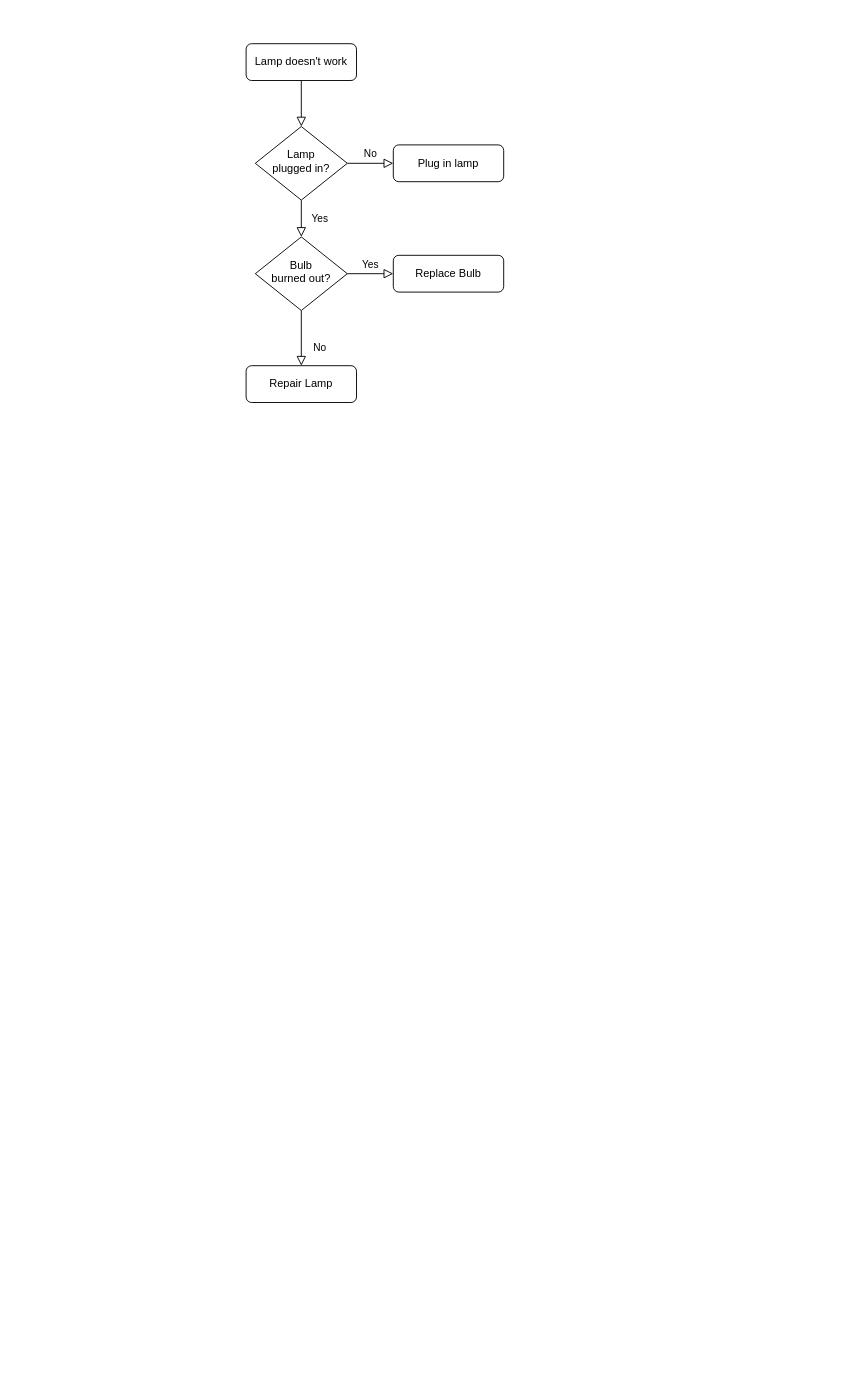
Earlier version of the draw.io diagram Untitled Diagram.drawio (dongfang-fang/dongfang-fang). Source tidied: cells renumbered, new cells numbered last; positions are measured from the earlier drawing's top-left corner, leaving out a move shared by most shapes. Both pictures are drawn from the tidied source at 92%, with x=0, y=0 at pixel (246, 43).
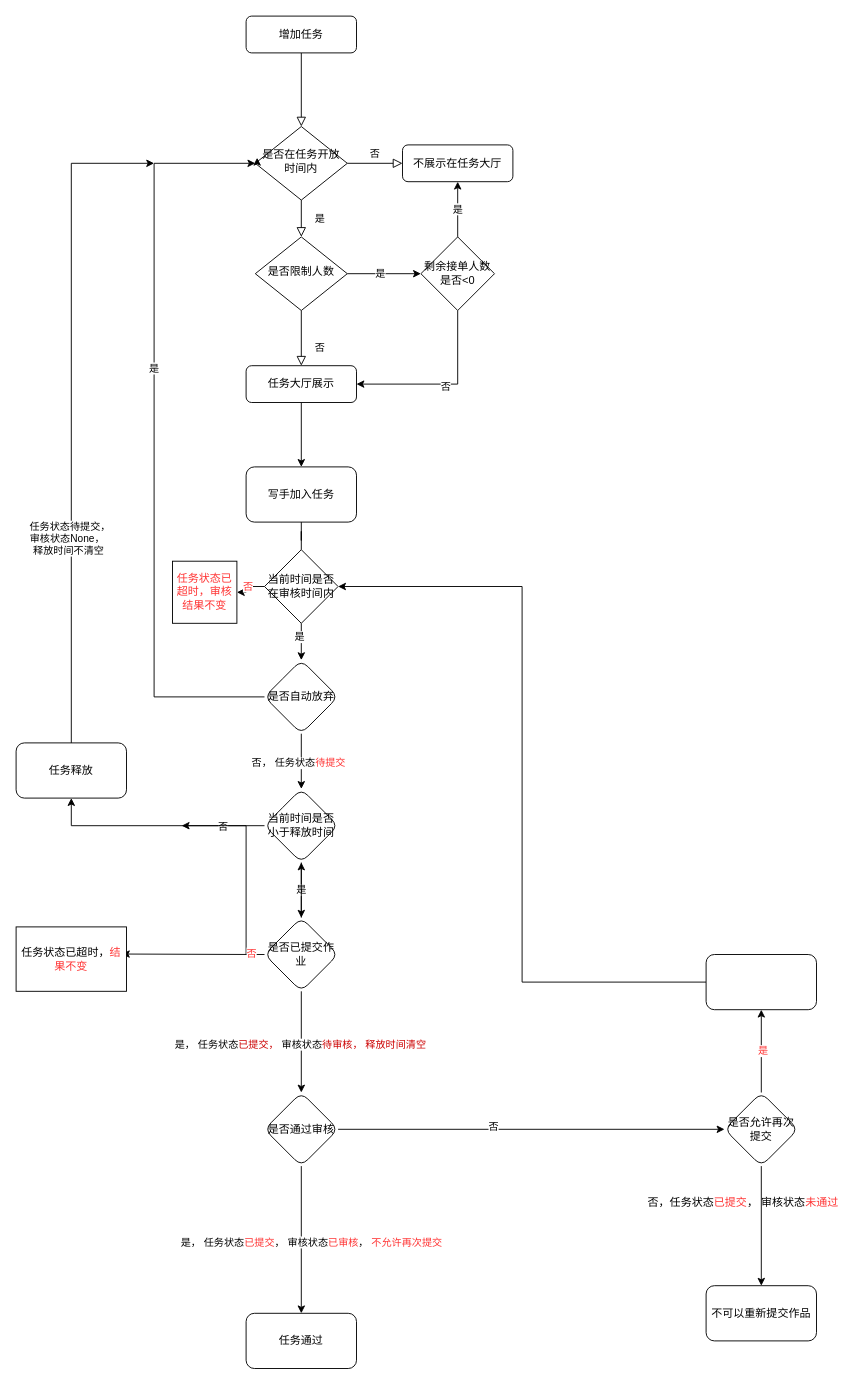
The same diagram, later.

What changed in the source:
```diff
@@
+    <mxCell id="13" style="endArrow=classic;html=1;rounded=0;fontColor=#FF3333;" parent="1" edge="1">
+      <mxGeometry relative="1" as="geometry">
+        <mxPoint x="10" y="990" as="sourcePoint" />
+        <mxPoint x="-135" y="989.5" as="targetPoint" />
+      </mxGeometry>
+    </mxCell>
@@
-    <mxCell id="3" value="Lamp doesn't work" style="rounded=1;whiteSpace=wrap;html=1;fontSize=12;glass=0;strokeWidth=1;shadow=0;" parent="1" vertex="1">
-      <mxGeometry width="120" height="40" as="geometry" />
+    <mxCell id="3" value="增加任务" style="rounded=1;whiteSpace=wrap;html=1;fontSize=12;glass=0;strokeWidth=1;shadow=0;" parent="1" vertex="1">
+      <mxGeometry y="-30" width="120" height="40" as="geometry" />
     </mxCell>
-    <mxCell id="4" value="Yes" style="rounded=0;html=1;jettySize=auto;fontSize=11;endArrow=block;endFill=0;endSize=8;strokeWidth=1;shadow=0;labelBackgroundColor=none;edgeStyle=orthogonalEdgeStyle;" parent="1" edge="1" source="6" target="10">
+    <mxCell id="4" value="是" style="rounded=0;html=1;jettySize=auto;fontSize=11;endArrow=block;endFill=0;endSize=8;strokeWidth=1;shadow=0;labelBackgroundColor=none;edgeStyle=orthogonalEdgeStyle;" parent="1" edge="1" source="6" target="10">
       <mxGeometry y="20" relative="1" as="geometry" />
     </mxCell>
-    <mxCell id="5" value="No" style="edgeStyle=orthogonalEdgeStyle;rounded=0;html=1;jettySize=auto;fontSize=11;endArrow=block;endFill=0;endSize=8;strokeWidth=1;shadow=0;labelBackgroundColor=none;" parent="1" edge="1" source="6" target="7">
+    <mxCell id="5" value="否" style="edgeStyle=orthogonalEdgeStyle;rounded=0;html=1;jettySize=auto;fontSize=11;endArrow=block;endFill=0;endSize=8;strokeWidth=1;shadow=0;labelBackgroundColor=none;" parent="1" edge="1" source="6" target="7">
       <mxGeometry y="10" relative="1" as="geometry" />
     </mxCell>
-    <mxCell id="6" value="Lamp&lt;br&gt;plugged in?" style="rhombus;whiteSpace=wrap;html=1;shadow=0;fontFamily=Helvetica;fontSize=12;align=center;strokeWidth=1;spacing=6;spacingTop=-4;" parent="1" vertex="1">
+    <mxCell id="6" value="是否在任务开放时间内" style="rhombus;whiteSpace=wrap;html=1;shadow=0;fontFamily=Helvetica;fontSize=12;align=center;strokeWidth=1;spacing=6;spacingTop=-4;" parent="1" vertex="1">
       <mxGeometry x="10" y="90" width="100" height="80" as="geometry" />
     </mxCell>
-    <mxCell id="7" value="Plug in lamp" style="rounded=1;whiteSpace=wrap;html=1;fontSize=12;glass=0;strokeWidth=1;shadow=0;" parent="1" vertex="1">
-      <mxGeometry x="160" y="110" width="120" height="40" as="geometry" />
+    <mxCell id="7" value="不展示在任务大厅" style="rounded=1;whiteSpace=wrap;html=1;fontSize=12;glass=0;strokeWidth=1;shadow=0;" parent="1" vertex="1">
+      <mxGeometry x="170" y="110" width="120" height="40" as="geometry" />
     </mxCell>
-    <mxCell id="8" value="No" style="rounded=0;html=1;jettySize=auto;fontSize=11;endArrow=block;endFill=0;endSize=8;strokeWidth=1;shadow=0;labelBackgroundColor=none;edgeStyle=orthogonalEdgeStyle;" parent="1" edge="1" source="10" target="11">
+    <mxCell id="8" value="否" style="rounded=0;html=1;jettySize=auto;fontSize=11;endArrow=block;endFill=0;endSize=8;strokeWidth=1;shadow=0;labelBackgroundColor=none;edgeStyle=orthogonalEdgeStyle;" parent="1" edge="1" source="10" target="11">
       <mxGeometry x="0.33" y="20" relative="1" as="geometry" />
     </mxCell>
-    <mxCell id="9" value="Yes" style="edgeStyle=orthogonalEdgeStyle;rounded=0;html=1;jettySize=auto;fontSize=11;endArrow=block;endFill=0;endSize=8;strokeWidth=1;shadow=0;labelBackgroundColor=none;" parent="1" edge="1" source="10" target="12">
-      <mxGeometry y="10" relative="1" as="geometry" />
-    </mxCell>
+    <mxCell id="14" style="edgeStyle=orthogonalEdgeStyle;rounded=0;jettySize=auto;html=1;" parent="1" edge="1" source="10" target="20">
+      <mxGeometry relative="1" as="geometry" />
+    </mxCell>
+    <mxCell id="15" value="是" style="edgeLabel;html=1;align=center;verticalAlign=middle;" parent="14" vertex="1">
+      <mxGeometry x="-0.12" y="1" relative="1" as="geometry" />
+    </mxCell>
-    <mxCell id="10" value="Bulb&lt;br&gt;burned out?" style="rhombus;whiteSpace=wrap;html=1;shadow=0;fontFamily=Helvetica;fontSize=12;align=center;strokeWidth=1;spacing=6;spacingTop=-4;" parent="1" vertex="1">
+    <mxCell id="10" value="是否限制人数" style="rhombus;whiteSpace=wrap;html=1;shadow=0;fontFamily=Helvetica;fontSize=12;align=center;strokeWidth=1;spacing=6;spacingTop=-4;" parent="1" vertex="1">
       <mxGeometry x="10" y="210" width="100" height="80" as="geometry" />
     </mxCell>
+    <mxCell id="16" style="edgeStyle=orthogonalEdgeStyle;rounded=0;jettySize=auto;html=1;" parent="1" edge="1" source="11" target="23">
+      <mxGeometry relative="1" as="geometry" />
+    </mxCell>
-    <mxCell id="11" value="Repair Lamp" style="rounded=1;whiteSpace=wrap;html=1;fontSize=12;glass=0;strokeWidth=1;shadow=0;" parent="1" vertex="1">
+    <mxCell id="11" value="任务大厅展示" style="rounded=1;whiteSpace=wrap;html=1;fontSize=12;glass=0;strokeWidth=1;shadow=0;" parent="1" vertex="1">
       <mxGeometry y="350" width="120" height="40" as="geometry" />
     </mxCell>
-    <mxCell id="12" value="Replace Bulb" style="rounded=1;whiteSpace=wrap;html=1;fontSize=12;glass=0;strokeWidth=1;shadow=0;" parent="1" vertex="1">
-      <mxGeometry x="160" y="230" width="120" height="40" as="geometry" />
-    </mxCell>
+    <mxCell id="17" value="是" style="edgeStyle=orthogonalEdgeStyle;rounded=0;jettySize=auto;html=1;" parent="1" edge="1" source="20" target="7">
+      <mxGeometry relative="1" as="geometry" />
+    </mxCell>
+    <mxCell id="18" style="edgeStyle=orthogonalEdgeStyle;rounded=0;jettySize=auto;html=1;entryX=1;entryY=0.5;entryDx=0;entryDy=0;" parent="1" edge="1" source="20" target="11">
+      <mxGeometry relative="1" as="geometry">
+        <Array as="points">
+          <mxPoint x="230" y="370" />
+        </Array>
+      </mxGeometry>
+    </mxCell>
+    <mxCell id="19" value="否" style="edgeLabel;html=1;align=center;verticalAlign=middle;" parent="18" vertex="1">
+      <mxGeometry x="-0.01" y="2" relative="1" as="geometry" />
+    </mxCell>
+    <mxCell id="20" value="剩余接单人数是否&amp;lt;0" style="rhombus;whiteSpace=wrap;html=1;" parent="1" vertex="1">
+      <mxGeometry x="190" y="210" width="80" height="80" as="geometry" />
+    </mxCell>
+    <mxCell id="21" style="edgeStyle=orthogonalEdgeStyle;rounded=0;jettySize=auto;html=1;startArrow=none;" parent="1" edge="1" source="56" target="28">
+      <mxGeometry relative="1" as="geometry" />
+    </mxCell>
+    <mxCell id="22" value="是" style="edgeLabel;html=1;align=center;verticalAlign=middle;fontColor=#000000;" parent="21" vertex="1">
+      <mxGeometry x="-0.3" y="-3" relative="1" as="geometry" />
+    </mxCell>
+    <mxCell id="23" value="写手加入任务" style="whiteSpace=wrap;html=1;rounded=1;glass=0;strokeWidth=1;shadow=0;" parent="1" vertex="1">
+      <mxGeometry y="460" width="120" height="60" as="geometry" />
+    </mxCell>
+    <mxCell id="24" style="edgeStyle=orthogonalEdgeStyle;rounded=0;jettySize=auto;html=1;entryX=0;entryY=0.5;entryDx=0;entryDy=0;" parent="1" edge="1" source="28" target="6">
+      <mxGeometry relative="1" as="geometry">
+        <Array as="points">
+          <mxPoint x="-100" y="710" />
+          <mxPoint x="-100" y="130" />
+        </Array>
+      </mxGeometry>
+    </mxCell>
+    <mxCell id="25" value="是" style="edgeLabel;html=1;align=center;verticalAlign=middle;" parent="24" vertex="1">
+      <mxGeometry x="0.18" y="1" relative="1" as="geometry" />
+    </mxCell>
+    <mxCell id="26" style="edgeStyle=orthogonalEdgeStyle;rounded=0;jettySize=auto;html=1;fontColor=#FF3333;" parent="1" edge="1" source="28" target="33">
+      <mxGeometry relative="1" as="geometry" />
+    </mxCell>
+    <mxCell id="27" value="&lt;span style=&quot;color: rgb(0 , 0 , 0)&quot;&gt;否， 任务状态&lt;/span&gt;&lt;font color=&quot;#ff3333&quot;&gt;待提交&lt;/font&gt;" style="edgeLabel;html=1;align=center;verticalAlign=middle;fontColor=#FF3333;" parent="26" vertex="1">
+      <mxGeometry x="0.03" y="-4" relative="1" as="geometry" />
+    </mxCell>
+    <mxCell id="28" value="是否自动放弃" style="rhombus;whiteSpace=wrap;html=1;rounded=1;glass=0;strokeWidth=1;shadow=0;" parent="1" vertex="1">
+      <mxGeometry x="20" y="670" width="80" height="80" as="geometry" />
+    </mxCell>
+    <mxCell id="29" style="edgeStyle=orthogonalEdgeStyle;rounded=0;orthogonalLoop=1;jettySize=auto;html=1;exitX=0;exitY=0.5;exitDx=0;exitDy=0;entryX=0.02;entryY=0.425;entryDx=0;entryDy=0;entryPerimeter=0;" parent="1" edge="1" source="6" target="6">
+      <mxGeometry relative="1" as="geometry" />
+    </mxCell>
+    <mxCell id="30" value="是" style="edgeStyle=orthogonalEdgeStyle;rounded=0;jettySize=auto;html=1;fontColor=#000000;" parent="1" edge="1" source="33" target="39">
+      <mxGeometry relative="1" as="geometry" />
+    </mxCell>
+    <mxCell id="31" style="edgeStyle=orthogonalEdgeStyle;rounded=0;jettySize=auto;html=1;fontColor=#000000;entryX=0.5;entryY=1;entryDx=0;entryDy=0;" parent="1" edge="1" source="33" target="48">
+      <mxGeometry relative="1" as="geometry">
+        <Array as="points">
+          <mxPoint x="-190" y="850" />
+        </Array>
+      </mxGeometry>
+    </mxCell>
+    <mxCell id="32" value="否" style="edgeLabel;html=1;align=center;verticalAlign=middle;fontColor=#000000;" parent="31" vertex="1">
+      <mxGeometry x="-0.62" relative="1" as="geometry" />
+    </mxCell>
+    <mxCell id="33" value="当前时间是否小于释放时间" style="rhombus;whiteSpace=wrap;html=1;rounded=1;glass=0;strokeWidth=1;shadow=0;" parent="1" vertex="1">
+      <mxGeometry x="20" y="810" width="80" height="80" as="geometry" />
+    </mxCell>
+    <mxCell id="34" style="edgeStyle=orthogonalEdgeStyle;rounded=0;jettySize=auto;html=1;fontColor=#CC0000;" parent="1" edge="1" source="39" target="44">
+      <mxGeometry relative="1" as="geometry" />
+    </mxCell>
+    <mxCell id="35" value="&lt;span style=&quot;color: rgb(0 , 0 , 0)&quot;&gt;是， 任务状态&lt;/span&gt;&lt;font color=&quot;#cc0000&quot;&gt;已提交， &lt;/font&gt;&lt;font color=&quot;#000000&quot;&gt;审核状态&lt;/font&gt;&lt;font color=&quot;#cc0000&quot;&gt;待审核， 释放时间清空&lt;/font&gt;" style="edgeLabel;html=1;align=center;verticalAlign=middle;fontColor=#CC0000;" parent="34" vertex="1">
+      <mxGeometry x="0.03" y="-2" relative="1" as="geometry" />
+    </mxCell>
+    <mxCell id="36" style="edgeStyle=orthogonalEdgeStyle;rounded=0;jettySize=auto;html=1;fontColor=#000000;" parent="1" edge="1" source="39">
+      <mxGeometry relative="1" as="geometry">
+        <mxPoint x="-70" y="850" as="targetPoint" />
+        <Array as="points">
+          <mxPoint y="990" />
+          <mxPoint y="850" />
+        </Array>
+      </mxGeometry>
+    </mxCell>
+    <mxCell id="37" value="否" style="edgeLabel;html=1;align=center;verticalAlign=middle;fontColor=#FF3333;" parent="36" vertex="1">
+      <mxGeometry x="-0.87" y="-2" relative="1" as="geometry" />
+    </mxCell>
+    <mxCell id="38" style="edgeStyle=orthogonalEdgeStyle;rounded=0;jettySize=auto;html=1;fontColor=#FF3333;" parent="1" edge="1" source="39" target="33">
+      <mxGeometry relative="1" as="geometry" />
+    </mxCell>
+    <mxCell id="39" value="是否已提交作业" style="rhombus;whiteSpace=wrap;html=1;rounded=1;glass=0;strokeWidth=1;shadow=0;" parent="1" vertex="1">
+      <mxGeometry x="20" y="950" width="80" height="80" as="geometry" />
+    </mxCell>
+    <mxCell id="40" style="edgeStyle=orthogonalEdgeStyle;rounded=0;jettySize=auto;html=1;fontColor=#000000;" parent="1" edge="1" source="44" target="45">
+      <mxGeometry relative="1" as="geometry" />
+    </mxCell>
+    <mxCell id="41" value="是， 任务状态&lt;font color=&quot;#ff3333&quot;&gt;已提交&lt;/font&gt;， 审核状态&lt;font color=&quot;#ff3333&quot;&gt;已审核&lt;/font&gt;， &lt;font color=&quot;#ff3333&quot;&gt;不允许再次提交&lt;/font&gt;" style="edgeLabel;html=1;align=center;verticalAlign=middle;fontColor=#000000;" parent="40" vertex="1">
+      <mxGeometry x="0.02" y="-3" relative="1" as="geometry">
+        <mxPoint x="13" as="offset" />
+      </mxGeometry>
+    </mxCell>
+    <mxCell id="42" style="edgeStyle=orthogonalEdgeStyle;rounded=0;jettySize=auto;html=1;fontColor=#000000;" parent="1" edge="1" source="44" target="52">
+      <mxGeometry relative="1" as="geometry" />
+    </mxCell>
+    <mxCell id="43" value="否" style="edgeLabel;html=1;align=center;verticalAlign=middle;fontColor=#000000;" parent="42" vertex="1">
+      <mxGeometry x="-0.2" y="4" relative="1" as="geometry" />
+    </mxCell>
+    <mxCell id="44" value="是否通过审核" style="rhombus;whiteSpace=wrap;html=1;rounded=1;glass=0;strokeWidth=1;shadow=0;" parent="1" vertex="1">
+      <mxGeometry x="20" y="1140" width="80" height="80" as="geometry" />
+    </mxCell>
+    <mxCell id="45" value="任务通过" style="whiteSpace=wrap;html=1;rounded=1;glass=0;strokeWidth=1;shadow=0;" parent="1" vertex="1">
+      <mxGeometry y="1380" width="120" height="60" as="geometry" />
+    </mxCell>
+    <mxCell id="46" style="edgeStyle=orthogonalEdgeStyle;rounded=0;jettySize=auto;html=1;fontColor=#000000;" parent="1" edge="1" source="48">
+      <mxGeometry relative="1" as="geometry">
+        <mxPoint x="-100" y="130" as="targetPoint" />
+        <Array as="points">
+          <mxPoint x="-190" y="130" />
+        </Array>
+      </mxGeometry>
+    </mxCell>
+    <mxCell id="47" value="&amp;nbsp;任务状态待提交， &lt;br&gt;审核状态None，&amp;nbsp;&lt;br&gt;释放时间不清空" style="edgeLabel;html=1;align=center;verticalAlign=middle;fontColor=#000000;" parent="46" vertex="1">
+      <mxGeometry x="-0.38" y="4" relative="1" as="geometry" />
+    </mxCell>
+    <mxCell id="48" value="任务释放" style="whiteSpace=wrap;html=1;rounded=1;glass=0;strokeWidth=1;shadow=0;" parent="1" vertex="1">
+      <mxGeometry x="-250" y="760" width="120" height="60" as="geometry" />
+    </mxCell>
+    <mxCell id="49" style="edgeStyle=orthogonalEdgeStyle;rounded=0;jettySize=auto;html=1;fontColor=#000000;" parent="1" edge="1" source="52" target="53">
+      <mxGeometry relative="1" as="geometry" />
+    </mxCell>
+    <mxCell id="50" style="edgeStyle=orthogonalEdgeStyle;rounded=0;jettySize=auto;html=1;fontColor=#FF3333;" parent="1" edge="1" source="52" target="60">
+      <mxGeometry relative="1" as="geometry" />
+    </mxCell>
+    <mxCell id="51" value="是" style="edgeLabel;html=1;align=center;verticalAlign=middle;fontColor=#FF3333;" parent="50" vertex="1">
+      <mxGeometry x="0.02" y="-1" relative="1" as="geometry" />
+    </mxCell>
+    <mxCell id="52" value="是否允许再次提交" style="rhombus;whiteSpace=wrap;html=1;rounded=1;glass=0;strokeWidth=1;shadow=0;" parent="1" vertex="1">
+      <mxGeometry x="520" y="1140" width="80" height="80" as="geometry" />
+    </mxCell>
+    <mxCell id="53" value="不可以重新提交作品" style="whiteSpace=wrap;html=1;rounded=1;glass=0;strokeWidth=1;shadow=0;" parent="1" vertex="1">
+      <mxGeometry x="500" y="1350" width="120" height="60" as="geometry" />
+    </mxCell>
+    <mxCell id="54" value="否，&lt;span&gt;任务状态&lt;/span&gt;&lt;font color=&quot;#ff3333&quot;&gt;已提交&lt;/font&gt;&lt;span&gt;， 审核状态&lt;/span&gt;&lt;font color=&quot;#ff3333&quot;&gt;未通过&lt;/font&gt;" style="text;html=1;align=center;verticalAlign=middle;strokeColor=none;fillColor=none;fontColor=#000000;" parent="1" vertex="1">
+      <mxGeometry x="430" y="1250" width="220" height="20" as="geometry" />
+    </mxCell>
+    <mxCell id="55" value="否" style="edgeStyle=orthogonalEdgeStyle;rounded=0;jettySize=auto;html=1;fontColor=#FF3333;" parent="1" edge="1" source="56" target="61">
+      <mxGeometry relative="1" as="geometry" />
+    </mxCell>
+    <mxCell id="56" value="&lt;font color=&quot;#000000&quot;&gt;当前时间是否在审核时间内&lt;/font&gt;" style="rhombus;whiteSpace=wrap;html=1;fontColor=#FF3333;" parent="1" vertex="1">
+      <mxGeometry x="20" y="550" width="80" height="80" as="geometry" />
+    </mxCell>
+    <mxCell id="57" style="edgeStyle=orthogonalEdgeStyle;rounded=0;jettySize=auto;html=1;endArrow=none;" parent="1" edge="1" source="23" target="56">
+      <mxGeometry relative="1" as="geometry" />
+    </mxCell>
+    <mxCell id="58" value="&lt;span style=&quot;color: rgb(0 , 0 , 0)&quot;&gt;任务状态已超时，&lt;/span&gt;结果不变" style="whiteSpace=wrap;html=1;fontColor=#FF3333;" parent="1" vertex="1">
+      <mxGeometry x="-250" y="960" width="120" height="70" as="geometry" />
+    </mxCell>
+    <mxCell id="59" style="edgeStyle=orthogonalEdgeStyle;rounded=0;jettySize=auto;html=1;fontColor=#FF3333;entryX=1;entryY=0.5;entryDx=0;entryDy=0;" parent="1" edge="1" source="60" target="56">
+      <mxGeometry relative="1" as="geometry" />
+    </mxCell>
+    <mxCell id="60" style="whiteSpace=wrap;html=1;rounded=1;glass=0;strokeWidth=1;shadow=0;" parent="1" vertex="1">
+      <mxGeometry x="500" y="990" width="120" height="60" as="geometry" />
+    </mxCell>
+    <mxCell id="61" value="任务状态已超时，审核结果不变" style="whiteSpace=wrap;html=1;fontColor=#FF3333;" parent="1" vertex="1">
+      <mxGeometry x="-80" y="562.5" width="70" height="67.5" as="geometry" />
+    </mxCell>
```
